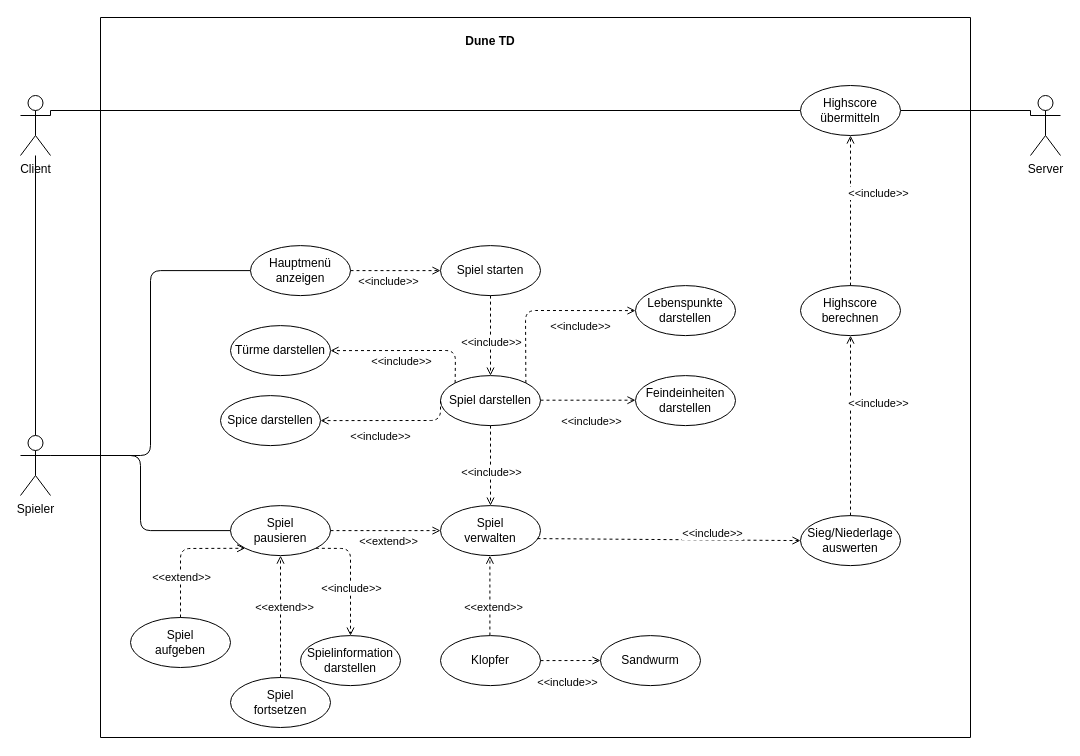
This is UMLAnwendungsDia.drawio from Mete7-del/hello-world, a draw.io file, before an edit. Source tidied: cells renumbered, new cells numbered last; positions are measured from the earlier drawing's top-left corner, leaving out a move shared by most shapes. Both pictures are drawn from the tidied source at 100%, with x=0, y=0 at pixel (20, 17).
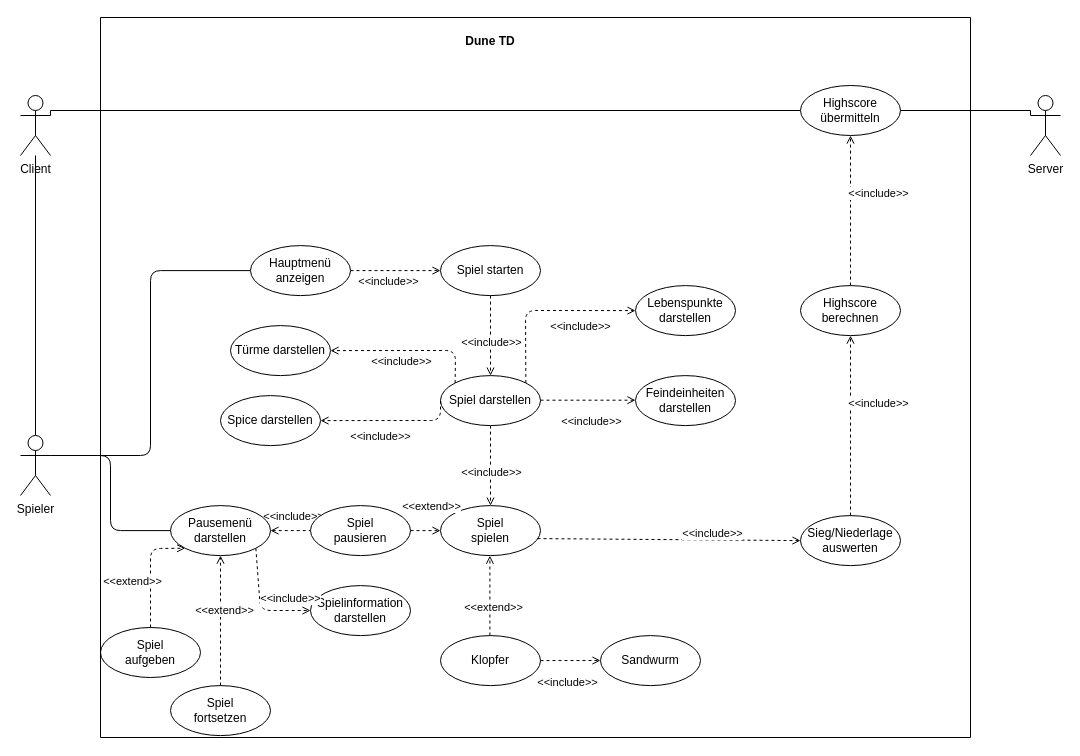
After the change.

The change refers to these unchanged cells:
```xml
<mxCell id="8" value="Spieler" style="shape=umlActor;verticalLabelPosition=bottom;verticalAlign=top;html=1;" parent="1" vertex="1">
  <mxGeometry y="418" width="30" height="60" as="geometry" />
</mxCell>
<mxCell id="28" style="endArrow=open;html=1;rounded=0;exitX=1;exitY=0.5;exitDx=0;exitDy=0;entryX=0;entryY=0.5;entryDx=0;entryDy=0;dashed=1;endFill=0;" parent="1" edge="1" source="24" target="10">
  <mxGeometry relative="1" as="geometry" />
</mxCell>
```

What changed in the source:
```diff
@@
-    <mxCell id="7" style="edgeStyle=orthogonalEdgeStyle;rounded=1;jettySize=auto;html=1;exitX=1;exitY=0.3333333333333333;exitDx=0;exitDy=0;exitPerimeter=0;entryX=0;entryY=0.5;entryDx=0;entryDy=0;endArrow=none;endFill=0;" parent="1" edge="1" source="8" target="24">
+    <mxCell id="7" style="edgeStyle=orthogonalEdgeStyle;rounded=1;jettySize=auto;html=1;exitX=1;exitY=0.5;exitDx=0;exitDy=0;entryX=0;entryY=0.5;entryDx=0;entryDy=0;endArrow=none;endFill=0;startArrow=open;dashed=1;startFill=0;" parent="1" edge="1" source="65" target="24">
       <mxGeometry relative="1" as="geometry" />
     </mxCell>
+    <mxCell id="64" value="&amp;lt;&amp;lt;include&amp;gt;&amp;gt;" style="edgeLabel;html=1;align=center;verticalAlign=middle;" parent="7" vertex="1">
+      <mxGeometry x="0.1" y="1" relative="1" as="geometry">
+        <mxPoint y="-14" as="offset" />
+      </mxGeometry>
+    </mxCell>
@@
-    <mxCell id="10" value="&lt;div&gt;Spiel&lt;/div&gt;&lt;div&gt;verwalten&lt;br&gt;&lt;/div&gt;" style="ellipse;whiteSpace=wrap;html=1;" parent="1" vertex="1">
+    <mxCell id="10" value="&lt;div&gt;Spiel&lt;/div&gt;&lt;div&gt;spielen&lt;br&gt;&lt;/div&gt;" style="ellipse;whiteSpace=wrap;html=1;" parent="1" vertex="1">
       <mxGeometry x="420" y="488.1" width="100" height="50" as="geometry" />
     </mxCell>
@@
     <mxCell id="24" value="&lt;div&gt;Spiel&lt;/div&gt;&lt;div&gt;pausieren&lt;/div&gt;" style="ellipse;whiteSpace=wrap;html=1;" parent="1" vertex="1">
-      <mxGeometry x="210" y="488.1" width="100" height="50" as="geometry" />
+      <mxGeometry x="290" y="488.1" width="100" height="50" as="geometry" />
     </mxCell>
@@
     <mxCell id="29" value="&amp;lt;&amp;lt;extend&amp;gt;&amp;gt;" style="edgeLabel;html=1;align=center;verticalAlign=middle;" parent="28" vertex="1">
       <mxGeometry x="0.33" relative="1" as="geometry">
-        <mxPoint x="-16" y="10" as="offset" />
+        <mxPoint y="-25" as="offset" />
       </mxGeometry>
     </mxCell>
     <mxCell id="30" value="&lt;div&gt;Spiel&lt;/div&gt;&lt;div&gt;aufgeben&lt;br&gt;&lt;/div&gt;" style="ellipse;whiteSpace=wrap;html=1;" parent="1" vertex="1">
-      <mxGeometry x="110" y="600" width="100" height="50" as="geometry" />
+      <mxGeometry x="80" y="610" width="100" height="50" as="geometry" />
     </mxCell>
     <mxCell id="31" value="&lt;div&gt;Spiel&lt;/div&gt;&lt;div&gt;fortsetzen&lt;br&gt;&lt;/div&gt;" style="ellipse;whiteSpace=wrap;html=1;" parent="1" vertex="1">
-      <mxGeometry x="210" y="660" width="100" height="50" as="geometry" />
+      <mxGeometry x="150" y="668.1" width="100" height="50" as="geometry" />
     </mxCell>
-    <mxCell id="32" style="endArrow=open;html=1;rounded=1;entryX=0;entryY=1;entryDx=0;entryDy=0;dashed=1;endFill=0;exitX=0.5;exitY=0;exitDx=0;exitDy=0;" parent="1" edge="1" source="30" target="24">
+    <mxCell id="32" style="endArrow=open;html=1;rounded=1;dashed=1;endFill=0;exitX=0.5;exitY=0;exitDx=0;exitDy=0;entryX=0;entryY=1;entryDx=0;entryDy=0;" parent="1" edge="1" source="30" target="65">
       <mxGeometry relative="1" as="geometry">
         <Array as="points">
-          <mxPoint x="160" y="531" />
+          <mxPoint x="130" y="531" />
         </Array>
       </mxGeometry>
     </mxCell>
@@
-    <mxCell id="34" style="endArrow=open;html=1;rounded=0;exitX=0.5;exitY=0;exitDx=0;exitDy=0;entryX=0.5;entryY=1;entryDx=0;entryDy=0;dashed=1;endFill=0;" parent="1" edge="1" source="31" target="24">
+    <mxCell id="34" style="endArrow=open;html=1;rounded=0;exitX=0.5;exitY=0;exitDx=0;exitDy=0;entryX=0.5;entryY=1;entryDx=0;entryDy=0;dashed=1;endFill=0;" parent="1" edge="1" source="31" target="65">
       <mxGeometry relative="1" as="geometry" />
     </mxCell>
@@
     <mxCell id="36" value="&lt;div&gt;Spielinformation&lt;/div&gt;&lt;div&gt;darstellen&lt;br&gt;&lt;/div&gt;" style="ellipse;whiteSpace=wrap;html=1;" parent="1" vertex="1">
-      <mxGeometry x="280" y="618.1" width="100" height="50" as="geometry" />
+      <mxGeometry x="290" y="568.1" width="100" height="50" as="geometry" />
     </mxCell>
-    <mxCell id="37" style="endArrow=open;html=1;rounded=1;exitX=1;exitY=1;exitDx=0;exitDy=0;entryX=0.5;entryY=0;entryDx=0;entryDy=0;dashed=1;endFill=0;" parent="1" edge="1" source="24" target="36">
+    <mxCell id="37" style="endArrow=open;html=1;rounded=1;exitX=1;exitY=1;exitDx=0;exitDy=0;dashed=1;endFill=0;" parent="1" edge="1" source="65">
       <mxGeometry relative="1" as="geometry">
+        <mxPoint x="290" y="593" as="targetPoint" />
         <Array as="points">
-          <mxPoint x="330" y="531" />
+          <mxPoint x="240" y="593" />
         </Array>
       </mxGeometry>
     </mxCell>
     <mxCell id="38" value="&amp;lt;&amp;lt;include&amp;gt;&amp;gt;" style="edgeLabel;html=1;align=center;verticalAlign=middle;" parent="37" vertex="1">
       <mxGeometry x="0.33" relative="1" as="geometry">
-        <mxPoint y="-7" as="offset" />
+        <mxPoint x="17" y="-13" as="offset" />
       </mxGeometry>
     </mxCell>
@@
+    <mxCell id="65" value="&lt;div&gt;Pausemenü&lt;/div&gt;&lt;div&gt;darstellen&lt;/div&gt;" style="ellipse;whiteSpace=wrap;html=1;" parent="1" vertex="1">
+      <mxGeometry x="150" y="488.1" width="100" height="50" as="geometry" />
+    </mxCell>
+    <mxCell id="66" style="edgeStyle=orthogonalEdgeStyle;rounded=1;jettySize=auto;html=1;exitX=1;exitY=0.3333333333333333;exitDx=0;exitDy=0;exitPerimeter=0;entryX=0;entryY=0.5;entryDx=0;entryDy=0;endArrow=none;endFill=0;" parent="1" edge="1" source="8" target="65">
+      <mxGeometry relative="1" as="geometry" />
+    </mxCell>
```
